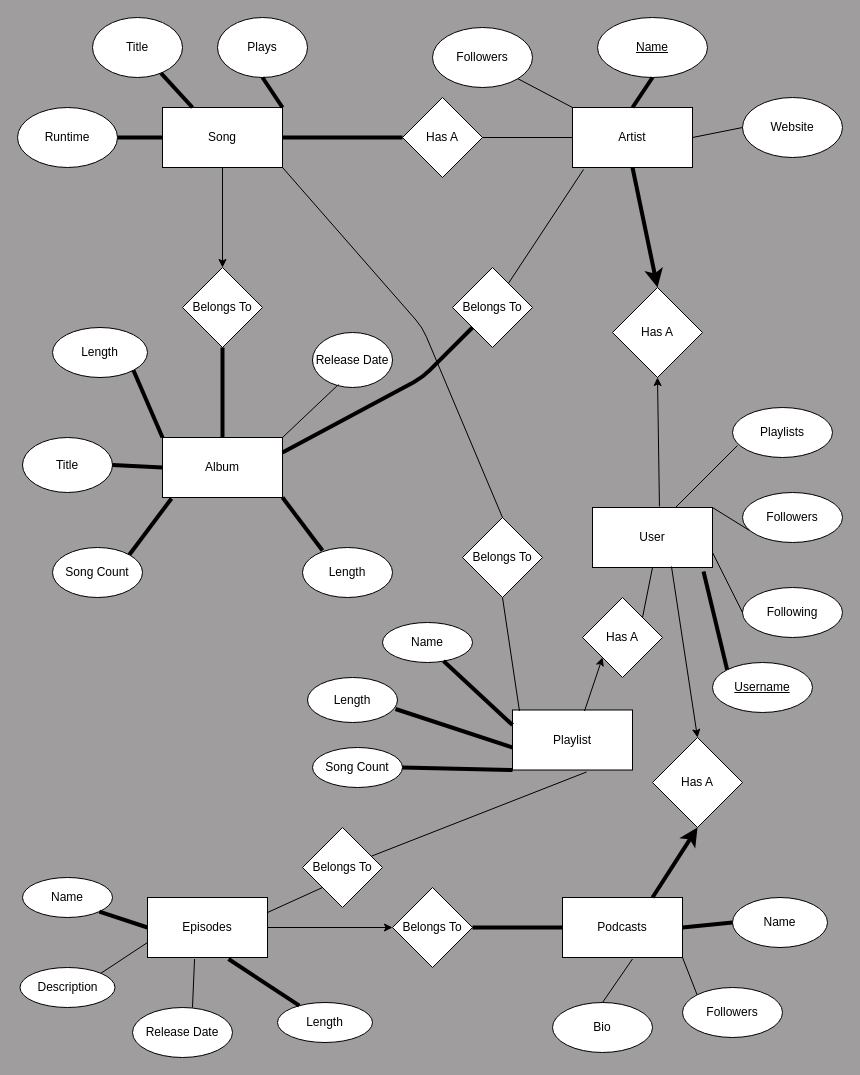
The draw.io diagram diagrams_notes/ER_diagram.drawio in gmnoe/music_app, before the edit. Source tidied: cells renumbered, new cells numbered last; positions are measured from the earlier drawing's top-left corner, leaving out a move shared by most shapes. Both pictures are drawn from the tidied source at 100%, with x=0, y=0 at pixel (17, 17).
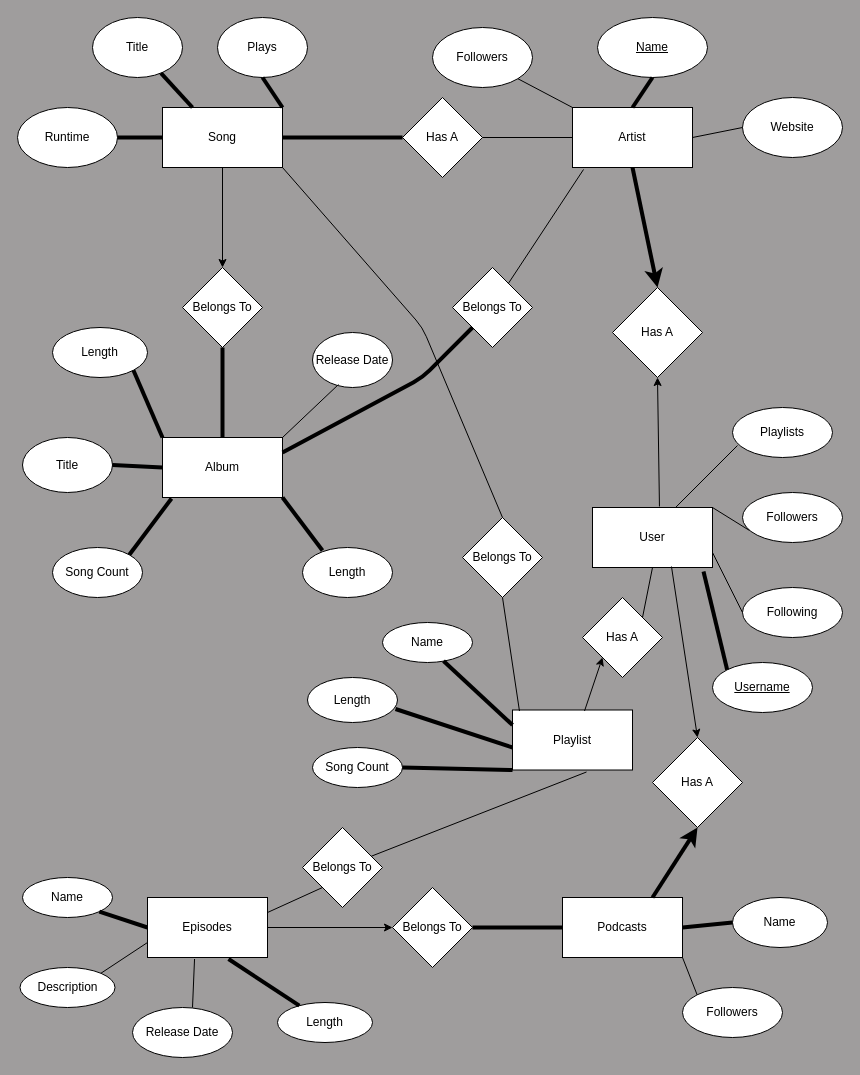
The same diagram, later.

Unchanged cells that the change refers to:
```xml
<mxCell id="7" value="Podcasts" style="rounded=0;whiteSpace=wrap;html=1;" parent="1" vertex="1">
  <mxGeometry x="545" y="880" width="120" height="60" as="geometry" />
</mxCell>
```

Change to the diagram source:
```diff
@@
-    <mxCell id="19" value="Bio" style="ellipse;whiteSpace=wrap;html=1;rounded=0;" parent="1" vertex="1">
-      <mxGeometry x="535" y="985" width="100" height="50" as="geometry" />
-    </mxCell>
@@
-    <mxCell id="64" style="endArrow=none;html=1;strokeWidth=1;entryX=0.583;entryY=1.025;entryDx=0;entryDy=0;entryPerimeter=0;exitX=0.5;exitY=0;exitDx=0;exitDy=0;" parent="1" edge="1" source="19" target="7">
-      <mxGeometry relative="1" as="geometry" />
-    </mxCell>
```
